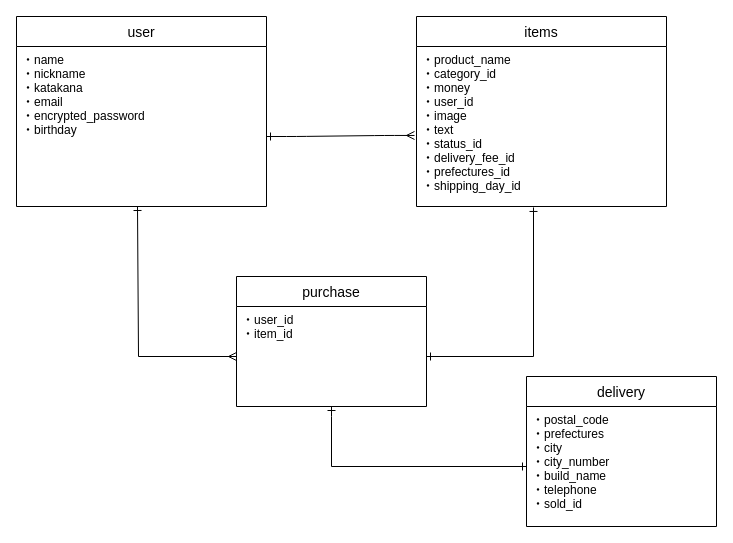
Before: .dio in ootakekou/furima-36419, a draw.io diagram. Source tidied: cells renumbered, new cells numbered last; positions are measured from the earlier drawing's top-left corner, leaving out a move shared by most shapes. Both pictures are drawn from the tidied source at 100%, with x=0, y=0 at pixel (16, 16).
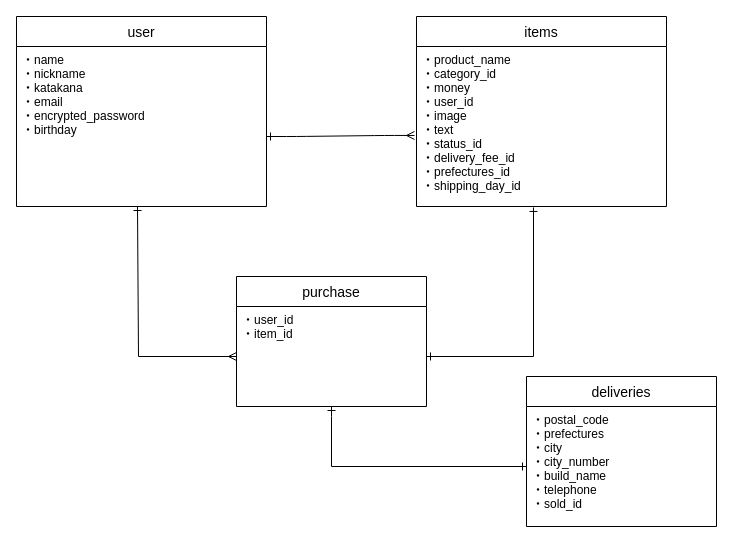
The same page after the edit.

What changed in the source:
```diff
@@
 <mxGraphModel>
   <root>
     <mxCell id="0" />
     <mxCell id="1" parent="0" />
     <mxCell id="2" value="user" style="swimlane;fontStyle=0;horizontal=1;startSize=30;align=center;fontSize=14;" parent="1" vertex="1">
       <mxGeometry width="250" height="190" as="geometry" />
     </mxCell>
     <mxCell id="3" value="・name&#10;・nickname&#10;・katakana&#10;・email&#10;・encrypted_password&#10;・birthday" style="text;strokeColor=none;fillColor=none;spacingLeft=4;spacingRight=4;overflow=hidden;points=[[0,0.5],[1,0.5]];portConstraint=eastwest;fontSize=12;" parent="2" vertex="1">
       <mxGeometry y="30" width="250" height="160" as="geometry" />
     </mxCell>
     <mxCell id="4" value="items" style="swimlane;fontStyle=0;horizontal=1;startSize=30;align=center;fontSize=14;" parent="1" vertex="1">
       <mxGeometry x="400" width="250" height="190" as="geometry" />
     </mxCell>
     <mxCell id="5" value="・product_name&#10;・category_id&#10;・money&#10;・user_id&#10;・image&#10;・text&#10;・status_id&#10;・delivery_fee_id&#10;・prefectures_id&#10;・shipping_day_id&#10;" style="text;strokeColor=none;fillColor=none;spacingLeft=4;spacingRight=4;overflow=hidden;points=[[0,0.5],[1,0.5]];portConstraint=eastwest;fontSize=12;" parent="4" vertex="1">
       <mxGeometry y="30" width="250" height="160" as="geometry" />
     </mxCell>
     <mxCell id="6" style="edgeStyle=entityRelationEdgeStyle;fontSize=12;html=1;endArrow=ERmany;startArrow=ERone;startFill=0;endFill=0;entryX=-0.008;entryY=0.556;entryDx=0;entryDy=0;entryPerimeter=0;" parent="1" edge="1" target="5">
       <mxGeometry relative="1" as="geometry">
         <mxPoint x="250" y="120" as="sourcePoint" />
       </mxGeometry>
     </mxCell>
     <mxCell id="7" value="purchase" style="swimlane;fontStyle=0;horizontal=1;startSize=30;align=center;fontSize=14;" parent="1" vertex="1">
       <mxGeometry x="220" y="260" width="190" height="130" as="geometry" />
     </mxCell>
     <mxCell id="8" value="・user_id&#10;・item_id" style="text;strokeColor=none;fillColor=none;spacingLeft=4;spacingRight=4;overflow=hidden;points=[[0,0.5],[1,0.5]];portConstraint=eastwest;fontSize=12;" parent="7" vertex="1">
       <mxGeometry y="30" width="190" height="100" as="geometry" />
     </mxCell>
-    <mxCell id="9" value="delivery" style="swimlane;fontStyle=0;horizontal=1;startSize=30;align=center;fontSize=14;" parent="1" vertex="1">
+    <mxCell id="9" value="deliveries" style="swimlane;fontStyle=0;horizontal=1;startSize=30;align=center;fontSize=14;" parent="1" vertex="1">
       <mxGeometry x="510" y="360" width="190" height="150" as="geometry" />
     </mxCell>
     <mxCell id="10" value="・postal_code&#10;・prefectures&#10;・city&#10;・city_number&#10;・build_name&#10;・telephone&#10;・sold_id" style="text;strokeColor=none;fillColor=none;spacingLeft=4;spacingRight=4;overflow=hidden;points=[[0,0.5],[1,0.5]];portConstraint=eastwest;fontSize=12;" parent="9" vertex="1">
       <mxGeometry y="30" width="190" height="120" as="geometry" />
     </mxCell>
     <mxCell id="11" style="edgeStyle=orthogonalEdgeStyle;rounded=0;jettySize=auto;html=1;startArrow=ERone;startFill=0;endArrow=ERone;endFill=0;entryX=0;entryY=0.5;entryDx=0;entryDy=0;" parent="1" edge="1" target="10">
       <mxGeometry relative="1" as="geometry">
         <mxPoint x="315" y="390" as="sourcePoint" />
         <Array as="points">
           <mxPoint x="315" y="400" />
           <mxPoint x="315" y="450" />
         </Array>
       </mxGeometry>
     </mxCell>
     <mxCell id="12" style="edgeStyle=orthogonalEdgeStyle;rounded=0;jettySize=auto;html=1;exitX=1;exitY=0.5;exitDx=0;exitDy=0;startArrow=ERone;startFill=0;endArrow=ERone;endFill=0;entryX=0.468;entryY=1.006;entryDx=0;entryDy=0;entryPerimeter=0;" parent="1" edge="1" source="8" target="5">
       <mxGeometry relative="1" as="geometry" />
     </mxCell>
     <mxCell id="13" style="edgeStyle=orthogonalEdgeStyle;rounded=0;jettySize=auto;html=1;exitX=0;exitY=0.5;exitDx=0;exitDy=0;startArrow=ERmany;startFill=0;endArrow=ERone;endFill=0;entryX=0.484;entryY=1;entryDx=0;entryDy=0;entryPerimeter=0;" parent="1" edge="1" source="8" target="3">
       <mxGeometry relative="1" as="geometry">
         <Array as="points">
           <mxPoint x="122" y="340" />
         </Array>
       </mxGeometry>
     </mxCell>
   </root>
 </mxGraphModel>
```
